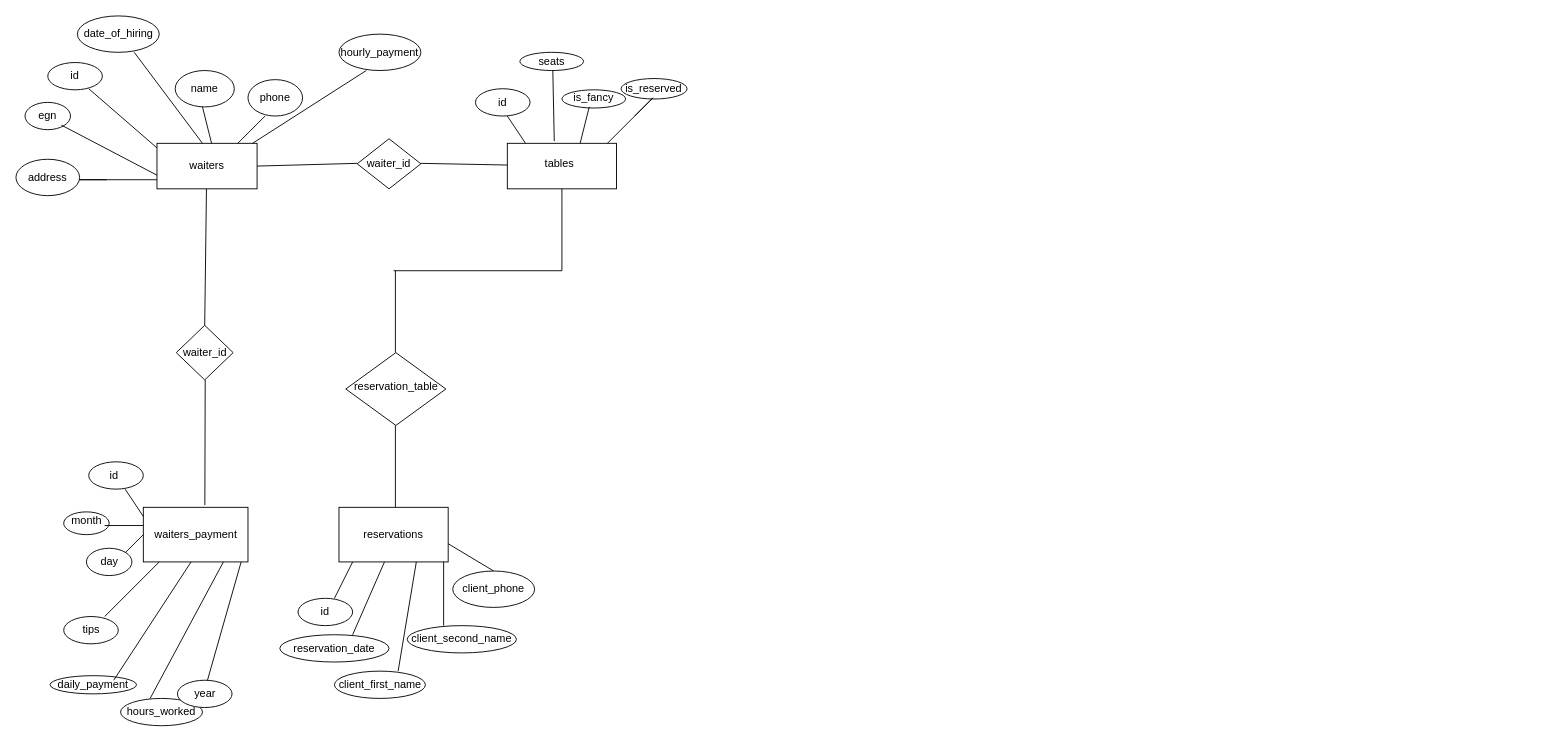
The draw.io diagram DBProject_ER.drawio in v-petrov/DBProject, before the edit. Source tidied: cells renumbered, new cells numbered last; positions are measured from the earlier drawing's top-left corner, leaving out a move shared by most shapes. Both pictures are drawn from the tidied source at 91%, with x=0, y=0 at pixel (15, 15).
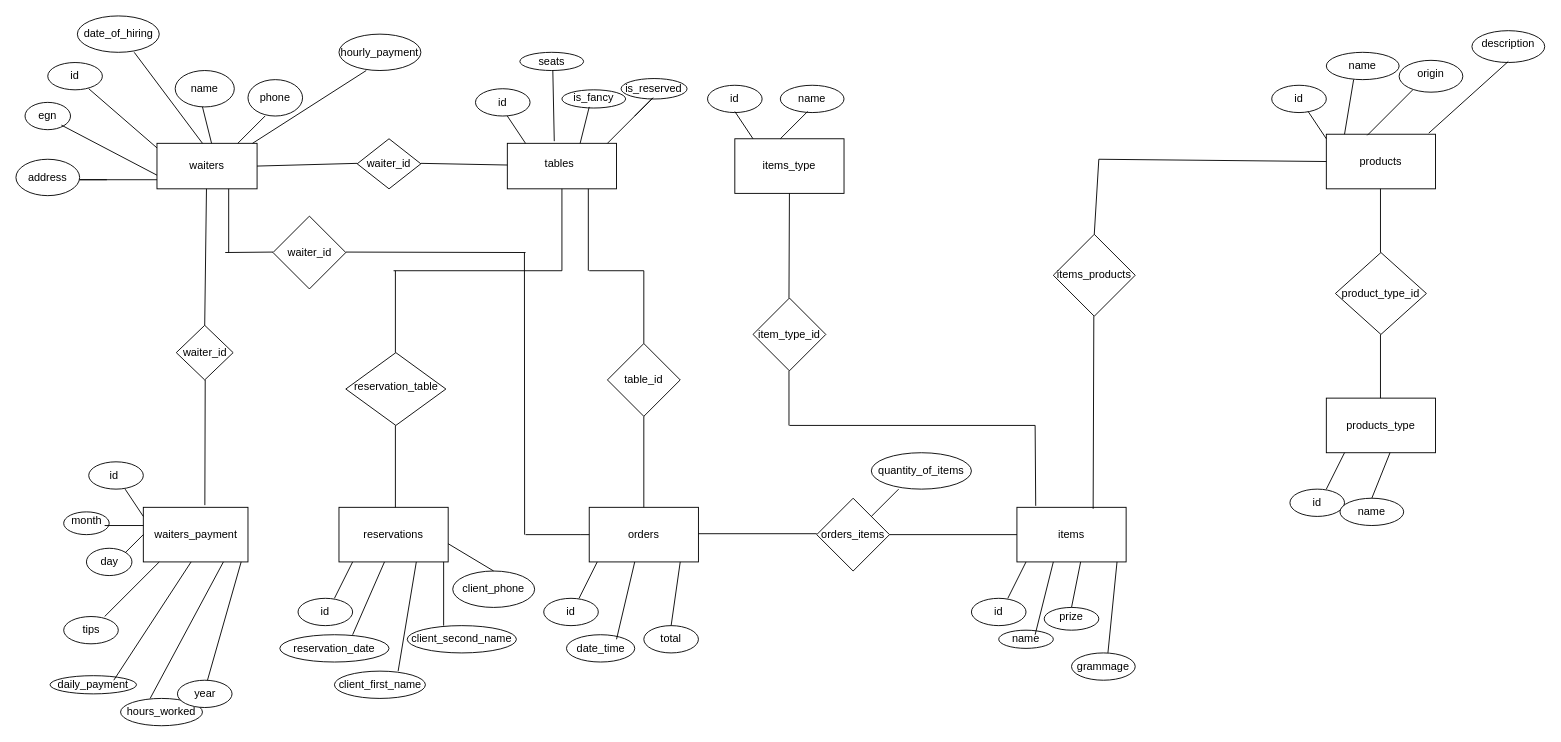
Above is the later version.

Commit message:
items and products update

Diff of the diagram source:
```diff
@@
+    <mxCell id="93" style="rounded=0;whiteSpace=wrap;html=1;" parent="1" vertex="1">
+      <mxGeometry x="630" y="540" width="120" height="60" as="geometry" />
+    </mxCell>
+    <mxCell id="94" value="orders" style="text;html=1;strokeColor=none;fillColor=none;align=center;verticalAlign=middle;whiteSpace=wrap;rounded=0;" parent="1" vertex="1">
+      <mxGeometry x="660" y="555" width="60" height="30" as="geometry" />
+    </mxCell>
+    <mxCell id="95" style="ellipse;whiteSpace=wrap;html=1;" parent="1" vertex="1">
+      <mxGeometry x="580" y="640" width="60" height="30" as="geometry" />
+    </mxCell>
+    <mxCell id="96" value="id" style="text;html=1;strokeColor=none;fillColor=none;align=center;verticalAlign=middle;whiteSpace=wrap;rounded=0;" parent="1" vertex="1">
+      <mxGeometry x="580" y="640" width="60" height="30" as="geometry" />
+    </mxCell>
+    <mxCell id="97" style="endArrow=none;html=1;rounded=0;" parent="1" edge="1">
+      <mxGeometry relative="1" as="geometry">
+        <mxPoint x="618.8" y="640" as="sourcePoint" />
+        <mxPoint x="638.8" y="600" as="targetPoint" />
+      </mxGeometry>
+    </mxCell>
+    <mxCell id="98" style="ellipse;whiteSpace=wrap;html=1;" parent="1" vertex="1">
+      <mxGeometry x="605" y="680" width="75" height="30" as="geometry" />
+    </mxCell>
+    <mxCell id="99" style="ellipse;whiteSpace=wrap;html=1;" parent="1" vertex="1">
+      <mxGeometry x="690" y="670" width="60" height="30" as="geometry" />
+    </mxCell>
+    <mxCell id="100" value="date_time&lt;br&gt;" style="text;html=1;strokeColor=none;fillColor=none;align=center;verticalAlign=middle;whiteSpace=wrap;rounded=0;" parent="1" vertex="1">
+      <mxGeometry x="612.5" y="680" width="60" height="30" as="geometry" />
+    </mxCell>
+    <mxCell id="101" value="total&lt;br&gt;" style="text;html=1;strokeColor=none;fillColor=none;align=center;verticalAlign=middle;whiteSpace=wrap;rounded=0;" parent="1" vertex="1">
+      <mxGeometry x="690" y="670" width="60" height="30" as="geometry" />
+    </mxCell>
+    <mxCell id="102" style="endArrow=none;html=1;rounded=0;" parent="1" edge="1">
+      <mxGeometry relative="1" as="geometry">
+        <mxPoint x="660" y="685" as="sourcePoint" />
+        <mxPoint x="680" y="600" as="targetPoint" />
+      </mxGeometry>
+    </mxCell>
+    <mxCell id="103" style="endArrow=none;html=1;rounded=0;" parent="1" edge="1">
+      <mxGeometry relative="1" as="geometry">
+        <mxPoint x="720" y="670" as="sourcePoint" />
+        <mxPoint x="730" y="600" as="targetPoint" />
+      </mxGeometry>
+    </mxCell>
+    <mxCell id="104" style="rhombus;whiteSpace=wrap;html=1;" parent="1" vertex="1">
+      <mxGeometry x="650" y="360" width="80" height="80" as="geometry" />
+    </mxCell>
+    <mxCell id="105" style="rhombus;whiteSpace=wrap;html=1;" parent="1" vertex="1">
+      <mxGeometry x="282.5" y="220" width="80" height="80" as="geometry" />
+    </mxCell>
+    <mxCell id="106" value="table_id" style="text;html=1;strokeColor=none;fillColor=none;align=center;verticalAlign=middle;whiteSpace=wrap;rounded=0;" parent="1" vertex="1">
+      <mxGeometry x="660" y="385" width="60" height="30" as="geometry" />
+    </mxCell>
+    <mxCell id="107" value="waiter_id" style="text;html=1;strokeColor=none;fillColor=none;align=center;verticalAlign=middle;whiteSpace=wrap;rounded=0;" parent="1" vertex="1">
+      <mxGeometry x="292.5" y="245" width="60" height="30" as="geometry" />
+    </mxCell>
+    <mxCell id="108" style="endArrow=none;html=1;rounded=0;exitX=0.5;exitY=0;exitDx=0;exitDy=0;" parent="1" edge="1" source="93">
+      <mxGeometry relative="1" as="geometry">
+        <mxPoint x="690" y="440" as="targetPoint" />
+      </mxGeometry>
+    </mxCell>
+    <mxCell id="109" style="endArrow=none;html=1;rounded=0;" parent="1" edge="1">
+      <mxGeometry relative="1" as="geometry">
+        <mxPoint x="629" y="280" as="sourcePoint" />
+        <mxPoint x="629" y="190" as="targetPoint" />
+      </mxGeometry>
+    </mxCell>
+    <mxCell id="110" style="endArrow=none;html=1;rounded=0;" parent="1" edge="1">
+      <mxGeometry relative="1" as="geometry">
+        <mxPoint x="690" y="360" as="sourcePoint" />
+        <mxPoint x="690" y="280" as="targetPoint" />
+      </mxGeometry>
+    </mxCell>
+    <mxCell id="111" style="endArrow=none;html=1;rounded=0;" parent="1" edge="1">
+      <mxGeometry relative="1" as="geometry">
+        <mxPoint x="630" y="280" as="sourcePoint" />
+        <mxPoint x="690" y="280" as="targetPoint" />
+      </mxGeometry>
+    </mxCell>
+    <mxCell id="112" style="endArrow=none;html=1;rounded=0;" parent="1" edge="1">
+      <mxGeometry relative="1" as="geometry">
+        <mxPoint x="230" y="260" as="sourcePoint" />
+        <mxPoint x="282.5" y="259.5" as="targetPoint" />
+      </mxGeometry>
+    </mxCell>
+    <mxCell id="113" style="endArrow=none;html=1;rounded=0;" parent="1" edge="1">
+      <mxGeometry relative="1" as="geometry">
+        <mxPoint x="233.8" y="260" as="sourcePoint" />
+        <mxPoint x="233.8" y="190" as="targetPoint" />
+      </mxGeometry>
+    </mxCell>
+    <mxCell id="114" style="endArrow=none;html=1;rounded=0;" parent="1" edge="1">
+      <mxGeometry relative="1" as="geometry">
+        <mxPoint x="362.5" y="259.5" as="sourcePoint" />
+        <mxPoint x="560" y="260" as="targetPoint" />
+      </mxGeometry>
+    </mxCell>
+    <mxCell id="115" style="endArrow=none;html=1;rounded=0;" parent="1" edge="1">
+      <mxGeometry relative="1" as="geometry">
+        <mxPoint x="559" y="570" as="sourcePoint" />
+        <mxPoint x="558.8" y="260" as="targetPoint" />
+      </mxGeometry>
+    </mxCell>
+    <mxCell id="116" style="endArrow=none;html=1;rounded=0;" parent="1" edge="1">
+      <mxGeometry relative="1" as="geometry">
+        <mxPoint x="560" y="570" as="sourcePoint" />
+        <mxPoint x="630" y="570" as="targetPoint" />
+        <Array as="points">
+          <mxPoint x="620" y="570" />
+        </Array>
+      </mxGeometry>
+    </mxCell>
+    <mxCell id="117" style="rounded=0;whiteSpace=wrap;html=1;" parent="1" vertex="1">
+      <mxGeometry x="1100" y="540" width="120" height="60" as="geometry" />
+    </mxCell>
+    <mxCell id="118" value="items" style="text;html=1;strokeColor=none;fillColor=none;align=center;verticalAlign=middle;whiteSpace=wrap;rounded=0;" parent="1" vertex="1">
+      <mxGeometry x="1130" y="555" width="60" height="30" as="geometry" />
+    </mxCell>
+    <mxCell id="119" style="ellipse;whiteSpace=wrap;html=1;" parent="1" vertex="1">
+      <mxGeometry x="1050" y="640" width="60" height="30" as="geometry" />
+    </mxCell>
+    <mxCell id="120" value="id" style="text;html=1;strokeColor=none;fillColor=none;align=center;verticalAlign=middle;whiteSpace=wrap;rounded=0;" parent="1" vertex="1">
+      <mxGeometry x="1050" y="640" width="60" height="30" as="geometry" />
+    </mxCell>
+    <mxCell id="121" style="endArrow=none;html=1;rounded=0;" parent="1" edge="1">
+      <mxGeometry relative="1" as="geometry">
+        <mxPoint x="1090" y="640" as="sourcePoint" />
+        <mxPoint x="1110" y="600" as="targetPoint" />
+      </mxGeometry>
+    </mxCell>
+    <mxCell id="122" style="ellipse;whiteSpace=wrap;html=1;" parent="1" vertex="1">
+      <mxGeometry x="1080" y="675" width="60" height="20" as="geometry" />
+    </mxCell>
+    <mxCell id="123" style="ellipse;whiteSpace=wrap;html=1;" parent="1" vertex="1">
+      <mxGeometry x="1160" y="700" width="70" height="30" as="geometry" />
+    </mxCell>
+    <mxCell id="124" style="ellipse;whiteSpace=wrap;html=1;" parent="1" vertex="1">
+      <mxGeometry x="1130" y="650" width="60" height="25" as="geometry" />
+    </mxCell>
+    <mxCell id="125" value="name" style="text;html=1;strokeColor=none;fillColor=none;align=center;verticalAlign=middle;whiteSpace=wrap;rounded=0;" parent="1" vertex="1">
+      <mxGeometry x="1080" y="670" width="60" height="30" as="geometry" />
+    </mxCell>
+    <mxCell id="126" value="prize" style="text;html=1;strokeColor=none;fillColor=none;align=center;verticalAlign=middle;whiteSpace=wrap;rounded=0;" parent="1" vertex="1">
+      <mxGeometry x="1130" y="645" width="60" height="30" as="geometry" />
+    </mxCell>
+    <mxCell id="127" value="grammage" style="text;html=1;strokeColor=none;fillColor=none;align=center;verticalAlign=middle;whiteSpace=wrap;rounded=0;" parent="1" vertex="1">
+      <mxGeometry x="1160" y="695" width="70" height="40" as="geometry" />
+    </mxCell>
+    <mxCell id="128" style="endArrow=none;html=1;rounded=0;" parent="1" edge="1">
+      <mxGeometry relative="1" as="geometry">
+        <mxPoint x="1120" y="680" as="sourcePoint" />
+        <mxPoint x="1140" y="600" as="targetPoint" />
+      </mxGeometry>
+    </mxCell>
+    <mxCell id="129" style="endArrow=none;html=1;rounded=0;" parent="1" edge="1">
+      <mxGeometry relative="1" as="geometry">
+        <mxPoint x="1160" y="650" as="sourcePoint" />
+        <mxPoint x="1170" y="600" as="targetPoint" />
+      </mxGeometry>
+    </mxCell>
+    <mxCell id="130" style="endArrow=none;html=1;rounded=0;" parent="1" edge="1">
+      <mxGeometry relative="1" as="geometry">
+        <mxPoint x="1200" y="700" as="sourcePoint" />
+        <mxPoint x="1210" y="600" as="targetPoint" />
+      </mxGeometry>
+    </mxCell>
+    <mxCell id="131" style="rhombus;whiteSpace=wrap;html=1;" parent="1" vertex="1">
+      <mxGeometry x="880" y="530" width="80" height="80" as="geometry" />
+    </mxCell>
+    <mxCell id="132" value="orders_items" style="text;html=1;strokeColor=none;fillColor=none;align=center;verticalAlign=middle;whiteSpace=wrap;rounded=0;" parent="1" vertex="1">
+      <mxGeometry x="890" y="550" width="60" height="40" as="geometry" />
+    </mxCell>
+    <mxCell id="133" style="endArrow=none;html=1;rounded=0;exitX=1;exitY=0.5;exitDx=0;exitDy=0;" parent="1" edge="1" source="131" target="117">
+      <mxGeometry relative="1" as="geometry" />
+    </mxCell>
+    <mxCell id="134" style="endArrow=none;html=1;rounded=0;" parent="1" edge="1">
+      <mxGeometry relative="1" as="geometry">
+        <mxPoint x="750" y="569" as="sourcePoint" />
+        <mxPoint x="880" y="569" as="targetPoint" />
+      </mxGeometry>
+    </mxCell>
+    <mxCell id="135" style="rounded=0;whiteSpace=wrap;html=1;" parent="1" vertex="1">
+      <mxGeometry x="790" y="135" width="120" height="60" as="geometry" />
+    </mxCell>
+    <mxCell id="136" value="items_type" style="text;html=1;strokeColor=none;fillColor=none;align=center;verticalAlign=middle;whiteSpace=wrap;rounded=0;" parent="1" vertex="1">
+      <mxGeometry x="820" y="150" width="60" height="30" as="geometry" />
+    </mxCell>
+    <mxCell id="137" style="ellipse;whiteSpace=wrap;html=1;" parent="1" vertex="1">
+      <mxGeometry x="760" y="76.2" width="60" height="30" as="geometry" />
+    </mxCell>
+    <mxCell id="138" value="id" style="text;html=1;strokeColor=none;fillColor=none;align=center;verticalAlign=middle;whiteSpace=wrap;rounded=0;" parent="1" vertex="1">
+      <mxGeometry x="760" y="76.2" width="60" height="30" as="geometry" />
+    </mxCell>
+    <mxCell id="139" style="endArrow=none;html=1;rounded=0;" parent="1" edge="1">
+      <mxGeometry relative="1" as="geometry">
+        <mxPoint x="810" y="135" as="sourcePoint" />
+        <mxPoint x="790" y="105" as="targetPoint" />
+      </mxGeometry>
+    </mxCell>
+    <mxCell id="140" style="ellipse;whiteSpace=wrap;html=1;" parent="1" vertex="1">
+      <mxGeometry x="840" y="76.2" width="70" height="30" as="geometry" />
+    </mxCell>
+    <mxCell id="141" value="name" style="text;html=1;strokeColor=none;fillColor=none;align=center;verticalAlign=middle;whiteSpace=wrap;rounded=0;" parent="1" vertex="1">
+      <mxGeometry x="845" y="76.2" width="60" height="30" as="geometry" />
+    </mxCell>
+    <mxCell id="142" style="endArrow=none;html=1;rounded=0;" parent="1" edge="1">
+      <mxGeometry relative="1" as="geometry">
+        <mxPoint x="840" y="135" as="sourcePoint" />
+        <mxPoint x="870" y="105" as="targetPoint" />
+      </mxGeometry>
+    </mxCell>
+    <mxCell id="143" style="rhombus;whiteSpace=wrap;html=1;" parent="1" vertex="1">
+      <mxGeometry x="810" y="310" width="80" height="80" as="geometry" />
+    </mxCell>
+    <mxCell id="144" value="item_type_id" style="text;html=1;strokeColor=none;fillColor=none;align=center;verticalAlign=middle;whiteSpace=wrap;rounded=0;" parent="1" vertex="1">
+      <mxGeometry x="820" y="335" width="60" height="30" as="geometry" />
+    </mxCell>
+    <mxCell id="145" style="endArrow=none;html=1;rounded=0;entryX=0.5;entryY=1;entryDx=0;entryDy=0;" parent="1" edge="1" target="135">
+      <mxGeometry relative="1" as="geometry">
+        <mxPoint x="849.5" y="310" as="sourcePoint" />
+      </mxGeometry>
+    </mxCell>
+    <mxCell id="146" style="endArrow=none;html=1;rounded=0;" parent="1" edge="1">
+      <mxGeometry relative="1" as="geometry">
+        <mxPoint x="849.5" y="450" as="sourcePoint" />
+        <mxPoint x="849.5" y="390" as="targetPoint" />
+      </mxGeometry>
+    </mxCell>
+    <mxCell id="147" style="endArrow=none;html=1;rounded=0;" parent="1" edge="1">
+      <mxGeometry relative="1" as="geometry">
+        <mxPoint x="850" y="450" as="sourcePoint" />
+        <mxPoint x="1120" y="450" as="targetPoint" />
+      </mxGeometry>
+    </mxCell>
+    <mxCell id="148" style="ellipse;whiteSpace=wrap;html=1;" parent="1" vertex="1">
+      <mxGeometry x="940" y="480" width="110" height="40" as="geometry" />
+    </mxCell>
+    <mxCell id="149" value="quantity_of_items" style="text;html=1;strokeColor=none;fillColor=none;align=center;verticalAlign=middle;whiteSpace=wrap;rounded=0;" parent="1" vertex="1">
+      <mxGeometry x="965" y="485" width="60" height="30" as="geometry" />
+    </mxCell>
+    <mxCell id="150" style="endArrow=none;html=1;rounded=0;" parent="1" edge="1">
+      <mxGeometry relative="1" as="geometry">
+        <mxPoint x="940" y="550" as="sourcePoint" />
+        <mxPoint x="970" y="520" as="targetPoint" />
+      </mxGeometry>
+    </mxCell>
+    <mxCell id="151" style="endArrow=none;html=1;rounded=0;exitX=0.172;exitY=-0.027;exitDx=0;exitDy=0;exitPerimeter=0;" parent="1" edge="1" source="117">
+      <mxGeometry relative="1" as="geometry">
+        <mxPoint x="1120" y="450" as="targetPoint" />
+      </mxGeometry>
+    </mxCell>
+    <mxCell id="152" style="rounded=0;whiteSpace=wrap;html=1;" parent="1" vertex="1">
+      <mxGeometry x="1440" y="130" width="120" height="60" as="geometry" />
+    </mxCell>
+    <mxCell id="153" value="products&lt;br&gt;" style="text;html=1;strokeColor=none;fillColor=none;align=center;verticalAlign=middle;whiteSpace=wrap;rounded=0;" parent="1" vertex="1">
+      <mxGeometry x="1470" y="145" width="60" height="30" as="geometry" />
+    </mxCell>
+    <mxCell id="154" style="rhombus;whiteSpace=wrap;html=1;" parent="1" vertex="1">
+      <mxGeometry x="1140" y="240" width="90" height="90" as="geometry" />
+    </mxCell>
+    <mxCell id="155" value="items_products" style="text;html=1;strokeColor=none;fillColor=none;align=center;verticalAlign=middle;whiteSpace=wrap;rounded=0;" parent="1" vertex="1">
+      <mxGeometry x="1155" y="270" width="60" height="30" as="geometry" />
+    </mxCell>
+    <mxCell id="156" style="endArrow=none;html=1;rounded=0;exitX=0.698;exitY=0.027;exitDx=0;exitDy=0;exitPerimeter=0;" parent="1" edge="1" source="117">
+      <mxGeometry relative="1" as="geometry">
+        <mxPoint x="1184.5" y="330" as="targetPoint" />
+      </mxGeometry>
+    </mxCell>
+    <mxCell id="157" style="endArrow=none;html=1;rounded=0;exitX=0.5;exitY=0;exitDx=0;exitDy=0;" parent="1" edge="1" source="154">
+      <mxGeometry relative="1" as="geometry">
+        <mxPoint x="1190" y="157.5" as="targetPoint" />
+      </mxGeometry>
+    </mxCell>
+    <mxCell id="158" style="endArrow=none;html=1;rounded=0;entryX=0;entryY=0.5;entryDx=0;entryDy=0;" parent="1" edge="1" target="152">
+      <mxGeometry relative="1" as="geometry">
+        <mxPoint x="1190" y="157.5" as="sourcePoint" />
+      </mxGeometry>
+    </mxCell>
+    <mxCell id="159" style="ellipse;whiteSpace=wrap;html=1;" parent="1" vertex="1">
+      <mxGeometry x="1380" y="76.2" width="60" height="30" as="geometry" />
+    </mxCell>
+    <mxCell id="160" value="id" style="text;html=1;strokeColor=none;fillColor=none;align=center;verticalAlign=middle;whiteSpace=wrap;rounded=0;" parent="1" vertex="1">
+      <mxGeometry x="1380" y="76.2" width="60" height="30" as="geometry" />
+    </mxCell>
+    <mxCell id="161" style="endArrow=none;html=1;rounded=0;" parent="1" edge="1">
+      <mxGeometry relative="1" as="geometry">
+        <mxPoint x="1440" y="135" as="sourcePoint" />
+        <mxPoint x="1420" y="105" as="targetPoint" />
+      </mxGeometry>
+    </mxCell>
+    <mxCell id="162" style="ellipse;whiteSpace=wrap;html=1;" parent="1" vertex="1">
+      <mxGeometry x="1440" y="40" width="80" height="30" as="geometry" />
+    </mxCell>
+    <mxCell id="163" style="ellipse;whiteSpace=wrap;html=1;" parent="1" vertex="1">
+      <mxGeometry x="1600" y="16.2" width="80" height="35" as="geometry" />
+    </mxCell>
+    <mxCell id="164" style="ellipse;whiteSpace=wrap;html=1;" parent="1" vertex="1">
+      <mxGeometry x="1520" y="48.8" width="70" height="35" as="geometry" />
+    </mxCell>
+    <mxCell id="165" value="name&lt;br&gt;" style="text;html=1;strokeColor=none;fillColor=none;align=center;verticalAlign=middle;whiteSpace=wrap;rounded=0;" parent="1" vertex="1">
+      <mxGeometry x="1450" y="40" width="60" height="30" as="geometry" />
+    </mxCell>
+    <mxCell id="166" value="origin" style="text;html=1;strokeColor=none;fillColor=none;align=center;verticalAlign=middle;whiteSpace=wrap;rounded=0;" parent="1" vertex="1">
+      <mxGeometry x="1525" y="48.8" width="60" height="30" as="geometry" />
+    </mxCell>
+    <mxCell id="167" value="description" style="text;html=1;strokeColor=none;fillColor=none;align=center;verticalAlign=middle;whiteSpace=wrap;rounded=0;" parent="1" vertex="1">
+      <mxGeometry x="1610" y="16.2" width="60" height="30" as="geometry" />
+    </mxCell>
+    <mxCell id="168" style="endArrow=none;html=1;rounded=0;" parent="1" edge="1">
+      <mxGeometry relative="1" as="geometry">
+        <mxPoint x="1485" y="131.2" as="sourcePoint" />
+        <mxPoint x="1535" y="81.2" as="targetPoint" />
+      </mxGeometry>
+    </mxCell>
+    <mxCell id="169" style="endArrow=none;html=1;rounded=0;exitX=0.938;exitY=-0.02;exitDx=0;exitDy=0;exitPerimeter=0;" parent="1" edge="1" source="152">
+      <mxGeometry relative="1" as="geometry">
+        <mxPoint x="1640" y="50" as="targetPoint" />
+      </mxGeometry>
+    </mxCell>
+    <mxCell id="170" style="endArrow=none;html=1;rounded=0;" parent="1" edge="1">
+      <mxGeometry relative="1" as="geometry">
+        <mxPoint x="1460" y="130" as="sourcePoint" />
+        <mxPoint x="1470" y="70" as="targetPoint" />
+      </mxGeometry>
+    </mxCell>
+    <mxCell id="171" style="rounded=0;whiteSpace=wrap;html=1;" parent="1" vertex="1">
+      <mxGeometry x="1440" y="420" width="120" height="60" as="geometry" />
+    </mxCell>
+    <mxCell id="172" value="products_type" style="text;html=1;strokeColor=none;fillColor=none;align=center;verticalAlign=middle;whiteSpace=wrap;rounded=0;" parent="1" vertex="1">
+      <mxGeometry x="1470" y="435" width="60" height="30" as="geometry" />
+    </mxCell>
+    <mxCell id="173" style="rhombus;whiteSpace=wrap;html=1;" parent="1" vertex="1">
+      <mxGeometry x="1450" y="260" width="100" height="90" as="geometry" />
+    </mxCell>
+    <mxCell id="174" value="product_type_id" style="text;html=1;strokeColor=none;fillColor=none;align=center;verticalAlign=middle;whiteSpace=wrap;rounded=0;" parent="1" vertex="1">
+      <mxGeometry x="1470" y="290" width="60" height="30" as="geometry" />
+    </mxCell>
+    <mxCell id="175" style="endArrow=none;html=1;rounded=0;" parent="1" edge="1">
+      <mxGeometry relative="1" as="geometry">
+        <mxPoint x="1499.5" y="420" as="sourcePoint" />
+        <mxPoint x="1499.5" y="350" as="targetPoint" />
+      </mxGeometry>
+    </mxCell>
+    <mxCell id="176" style="endArrow=none;html=1;rounded=0;" parent="1" edge="1">
+      <mxGeometry relative="1" as="geometry">
+        <mxPoint x="1499.5" y="260" as="sourcePoint" />
+        <mxPoint x="1499.5" y="190" as="targetPoint" />
+      </mxGeometry>
+    </mxCell>
+    <mxCell id="177" style="ellipse;whiteSpace=wrap;html=1;" parent="1" vertex="1">
+      <mxGeometry x="1400" y="520" width="60" height="30" as="geometry" />
+    </mxCell>
+    <mxCell id="178" value="id" style="text;html=1;strokeColor=none;fillColor=none;align=center;verticalAlign=middle;whiteSpace=wrap;rounded=0;" parent="1" vertex="1">
+      <mxGeometry x="1400" y="520" width="60" height="30" as="geometry" />
+    </mxCell>
+    <mxCell id="179" style="ellipse;whiteSpace=wrap;html=1;" parent="1" vertex="1">
+      <mxGeometry x="1455" y="530" width="70" height="30" as="geometry" />
+    </mxCell>
+    <mxCell id="180" value="name" style="text;html=1;strokeColor=none;fillColor=none;align=center;verticalAlign=middle;whiteSpace=wrap;rounded=0;" parent="1" vertex="1">
+      <mxGeometry x="1460" y="530" width="60" height="30" as="geometry" />
+    </mxCell>
+    <mxCell id="181" style="endArrow=none;html=1;rounded=0;" parent="1" edge="1">
+      <mxGeometry relative="1" as="geometry">
+        <mxPoint x="1440" y="520" as="sourcePoint" />
+        <mxPoint x="1460" y="480" as="targetPoint" />
+      </mxGeometry>
+    </mxCell>
+    <mxCell id="182" style="endArrow=none;html=1;rounded=0;" parent="1" edge="1">
+      <mxGeometry relative="1" as="geometry">
+        <mxPoint x="1490" y="530" as="sourcePoint" />
+        <mxPoint x="1510" y="480" as="targetPoint" />
+      </mxGeometry>
+    </mxCell>
```
